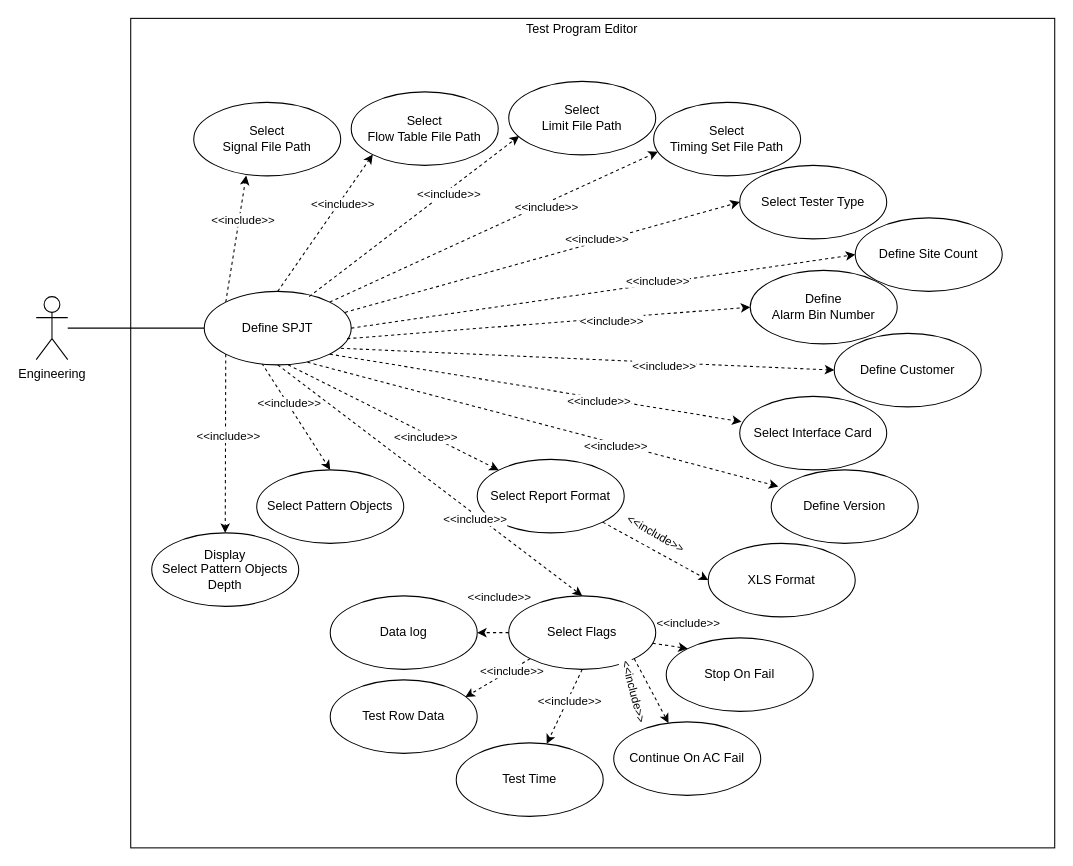
The draw.io diagram page "Define SPJT" (6 of 24) of SG9KG5/UI Design/Use Case.drawio in Jasson-Chou/Software-Projects, before the edit. Source tidied: cells renumbered, new cells numbered last; positions are measured from the earlier drawing's top-left corner, leaving out a move shared by most shapes. Both pictures are drawn from the tidied source at 105%, with x=0, y=0 at pixel (36, 18).
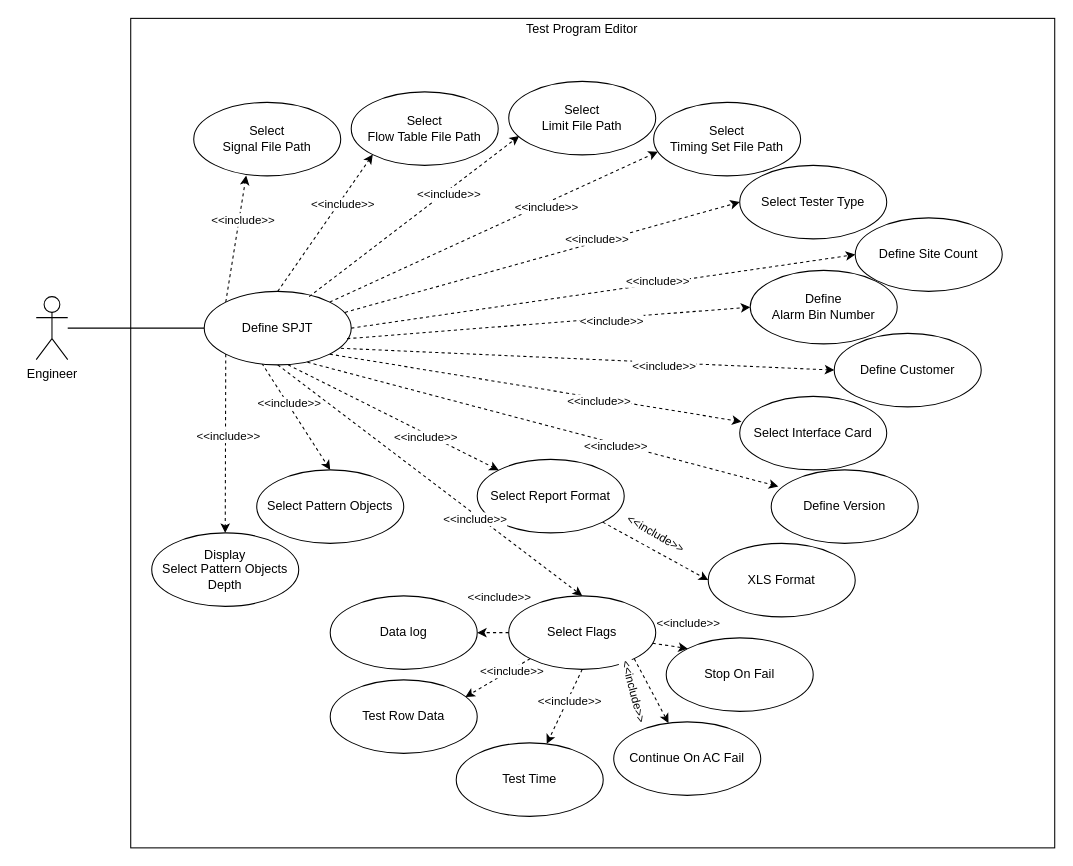
Above is the later version.

Change to the diagram source:
```diff
@@
-    <mxCell id="4" value="Engineering" style="shape=umlActor;verticalLabelPosition=bottom;verticalAlign=top;html=1;outlineConnect=0;" parent="1" vertex="1">
+    <mxCell id="4" value="Engineer" style="shape=umlActor;verticalLabelPosition=bottom;verticalAlign=top;html=1;outlineConnect=0;" parent="1" vertex="1">
       <mxGeometry y="265" width="30" height="60" as="geometry" />
     </mxCell>
```
